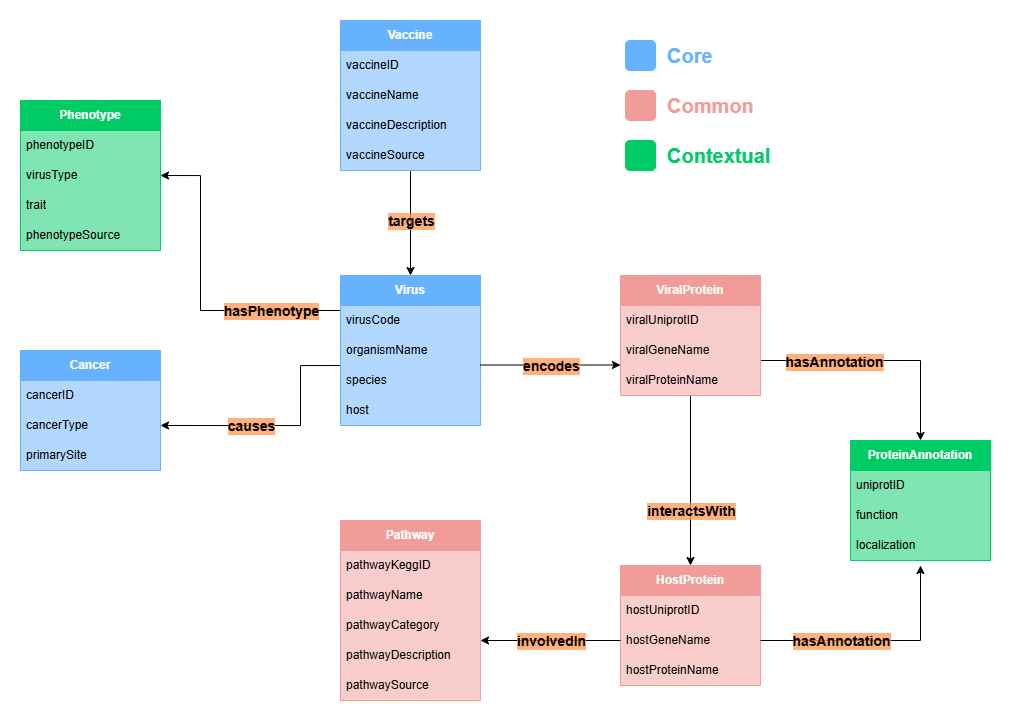
The draw.io diagram phase_1_purpose_definition/oncovirus_ER_diagram_light.png in Frederick-abichahine/Oncovirus-Knowledge-Graph, before a commit. Source tidied: cells renumbered, new cells last; positions are measured from the earlier drawing's top-left corner, leaving out a move shared by most shapes.
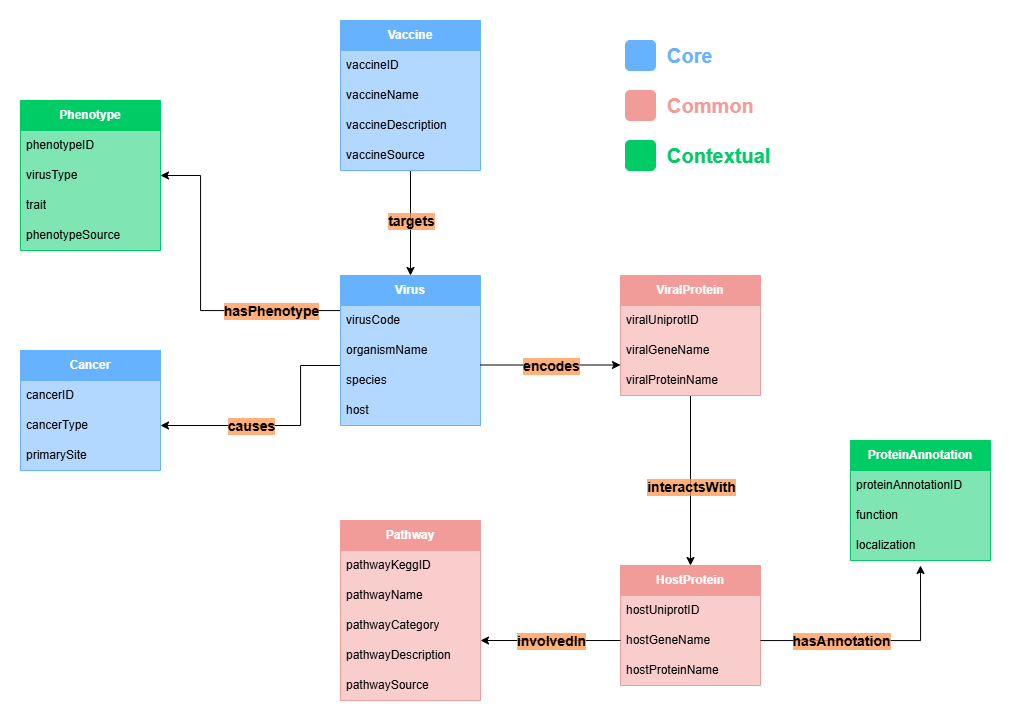
After the commit.

Commit message:
Updating <> Phase 1 ER model to no longer include the relationship between viral protein and protein annotation

The edit, as a diff of the source:
```diff
@@ -53,13 +53,6 @@
     <mxCell id="14" value="&lt;span style=&quot;color: rgba(0, 0, 0, 0); font-family: monospace; font-size: 0px; text-align: start; background-color: rgb(27, 29, 30);&quot;&gt;%3CmxGraphModel%3E%3Croot%3E%3CmxCell%20id%3D%220%22%2F%3E%3CmxCell%20id%3D%221%22%20parent%3D%220%22%2F%3E%3CmxCell%20id%3D%222%22%20value%3D%22%26lt%3Bspan%20style%3D%26quot%3Btext-wrap-mode%3A%20wrap%3B%26quot%3B%26gt%3BinvolvedIn%26lt%3B%2Fspan%26gt%3B%22%20style%3D%22edgeLabel%3Bhtml%3D1%3Balign%3Dcenter%3BverticalAlign%3Dmiddle%3Bresizable%3D0%3Bpoints%3D%5B%5D%3BlabelBorderColor%3Dnone%3BlabelBackgroundColor%3D%2366006680%3BfontSize%3D12%3BfontStyle%3D1%3B%22%20vertex%3D%221%22%20connectable%3D%220%22%20parent%3D%221%22%3E%3CmxGeometry%20x%3D%22521%22%20y%3D%22630%22%20as%3D%22geometry%22%2F%3E%3C%2FmxCell%3E%3C%2Froot%3E%3C%2FmxGraphModel%3E&lt;/span&gt;" style="edgeLabel;html=1;align=center;verticalAlign=middle;" parent="13" vertex="1">
       <mxGeometry x="-0.02" y="-2" relative="1" as="geometry" />
     </mxCell>
-    <mxCell id="15" style="edgeStyle=orthogonalEdgeStyle;rounded=0;jettySize=auto;html=1;entryX=0.5;entryY=0;entryDx=0;entryDy=0;" parent="1" edge="1" source="16" target="36">
-      <mxGeometry relative="1" as="geometry">
-        <Array as="points">
-          <mxPoint x="900" y="340" />
-        </Array>
-      </mxGeometry>
-    </mxCell>
     <mxCell id="16" value="&lt;b&gt;ViralProtein&lt;/b&gt;" style="swimlane;fontStyle=0;horizontal=1;startSize=30;whiteSpace=wrap;html=1;fillColor=#F19C99;fontColor=#ffffff;strokeColor=#F19C99;swimlaneFillColor=#F19C9980;" parent="1" vertex="1">
       <mxGeometry x="600" y="255" width="140" height="120" as="geometry" />
     </mxCell>
@@ -123,7 +116,7 @@
     <mxCell id="36" value="&lt;b&gt;ProteinAnnotation&lt;/b&gt;" style="swimlane;fontStyle=0;horizontal=1;startSize=30;whiteSpace=wrap;html=1;fillColor=#00CC66;fontColor=#ffffff;strokeColor=#00CC66;swimlaneFillColor=#00CC6680;" parent="1" vertex="1">
       <mxGeometry x="830" y="420" width="140" height="120" as="geometry" />
     </mxCell>
-    <mxCell id="37" value="uniprotID" style="text;strokeColor=none;fillColor=none;align=left;verticalAlign=middle;spacingLeft=4;spacingRight=4;overflow=hidden;whiteSpace=wrap;html=1;" parent="36" vertex="1">
+    <mxCell id="37" value="proteinAnnotationID" style="text;strokeColor=none;fillColor=none;align=left;verticalAlign=middle;spacingLeft=4;spacingRight=4;overflow=hidden;whiteSpace=wrap;html=1;" parent="36" vertex="1">
       <mxGeometry y="30" width="140" height="30" as="geometry" />
     </mxCell>
     <mxCell id="38" value="function" style="text;strokeColor=none;fillColor=none;align=left;verticalAlign=middle;spacingLeft=4;spacingRight=4;overflow=hidden;whiteSpace=wrap;html=1;" parent="36" vertex="1">
@@ -192,16 +185,11 @@
       </mxGeometry>
     </mxCell>
     <mxCell id="55" value="&lt;span style=&quot;text-wrap-mode: wrap;&quot;&gt;interactsWith&lt;/span&gt;" style="edgeLabel;html=1;align=center;verticalAlign=middle;labelBorderColor=none;labelBackgroundColor=#FF964F80;fontSize=14;fontStyle=1;" parent="1" vertex="1">
-      <mxGeometry x="670" y="490" as="geometry" />
+      <mxGeometry x="670" y="466" as="geometry" />
     </mxCell>
     <mxCell id="56" value="&lt;span style=&quot;text-wrap-mode: wrap;&quot;&gt;hasAnnotation&lt;/span&gt;" style="edgeLabel;html=1;align=center;verticalAlign=middle;labelBorderColor=none;labelBackgroundColor=#FF964F80;fontSize=14;fontStyle=1;" parent="1" vertex="1">
       <mxGeometry x="820" y="620" as="geometry" />
     </mxCell>
-    <mxCell id="57" value="&lt;span style=&quot;text-wrap-mode: wrap;&quot;&gt;hasAnnotation&lt;/span&gt;" style="edgeLabel;html=1;align=center;verticalAlign=middle;labelBorderColor=none;labelBackgroundColor=#FF964F80;fontSize=14;fontStyle=1;" parent="1" vertex="1">
-      <mxGeometry x="840" y="405" as="geometry">
-        <mxPoint x="-27" y="-64" as="offset" />
-      </mxGeometry>
-    </mxCell>
     <mxCell id="58" value="&lt;span style=&quot;text-wrap-mode: wrap;&quot;&gt;encodes&lt;/span&gt;" style="edgeLabel;html=1;align=center;verticalAlign=middle;labelBorderColor=none;labelBackgroundColor=#FF964F80;fontSize=14;fontStyle=1;" parent="1" vertex="1">
       <mxGeometry x="530" y="345" as="geometry" />
     </mxCell>
```
